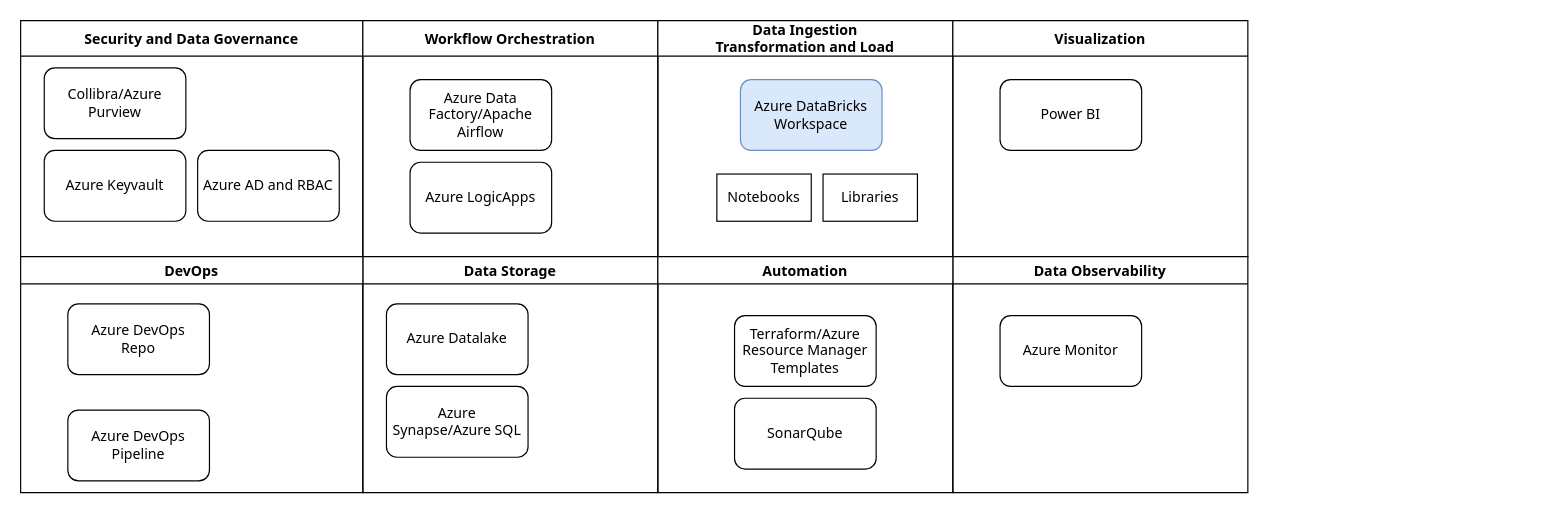
Above: page "Ecosystem" (5 of 5) of databricks.drawio in kanchantewary/MindMaps (draw.io), before the change. Source tidied: cells renumbered, new cells numbered last; positions are measured from the earlier drawing's top-left corner, leaving out a move shared by most shapes. Both pictures are drawn from the tidied source at 118%, with x=0, y=0 at pixel (20, 20).
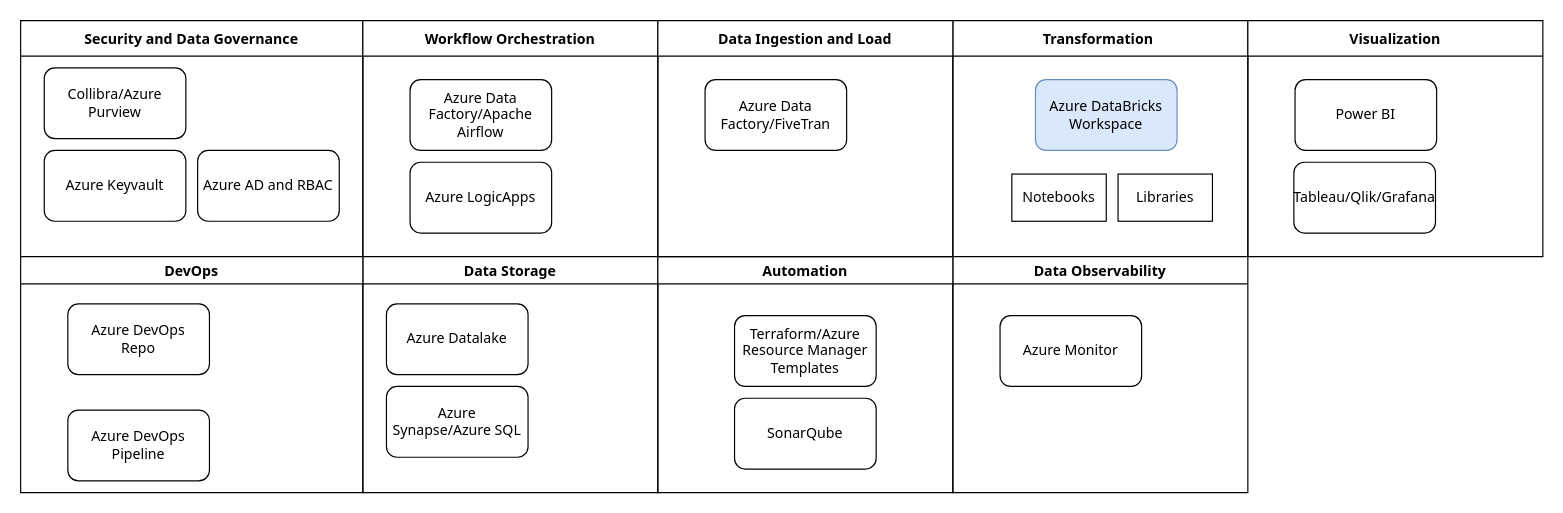
After the change.

Diff of the diagram source:
```diff
@@
-    <mxCell id="9" value="Data Ingestion &#10;Transformation and Load" style="swimlane;fontFamily=Tahoma;startSize=30;" parent="1" vertex="1">
-      <mxGeometry x="540" width="250" height="200" as="geometry" />
+    <mxCell id="9" value="Transformation " style="swimlane;fontFamily=Tahoma;startSize=30;" parent="1" vertex="1">
+      <mxGeometry x="790" width="250" height="200" as="geometry" />
     </mxCell>
@@
     <mxCell id="16" value="Visualization" style="swimlane;fontFamily=Tahoma;startSize=30;" parent="1" vertex="1">
-      <mxGeometry x="790" width="250" height="200" as="geometry" />
+      <mxGeometry x="1040" width="250" height="200" as="geometry" />
     </mxCell>
@@
+    <mxCell id="26" value="Tableau/Qlik/Grafana" style="rounded=1;whiteSpace=wrap;html=1;fontFamily=Tahoma;" parent="16" vertex="1">
+      <mxGeometry x="39" y="120" width="120" height="60" as="geometry" />
+    </mxCell>
@@
+    <mxCell id="27" value="Data Ingestion and Load" style="swimlane;fontFamily=Tahoma;startSize=30;" parent="1" vertex="1">
+      <mxGeometry x="540" width="250" height="200" as="geometry" />
+    </mxCell>
+    <mxCell id="28" value="Azure Data Factory/FiveTran" style="rounded=1;whiteSpace=wrap;html=1;fontFamily=Tahoma;" parent="27" vertex="1">
+      <mxGeometry x="40" y="50" width="120" height="60" as="geometry" />
+    </mxCell>
```
